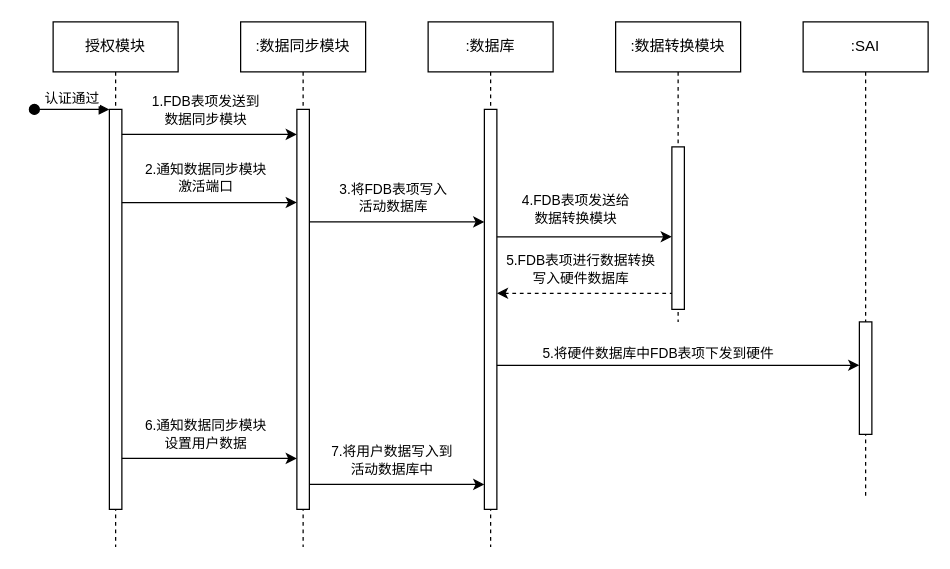
This is 授权时序图.drawio from PATORITU/PATORITU, a draw.io file, before an edit. Source tidied: cells renumbered, new cells numbered last; positions are measured from the earlier drawing's top-left corner, leaving out a move shared by most shapes. Both pictures are drawn from the tidied source at 125%, with x=0, y=0 at pixel (34, 21).
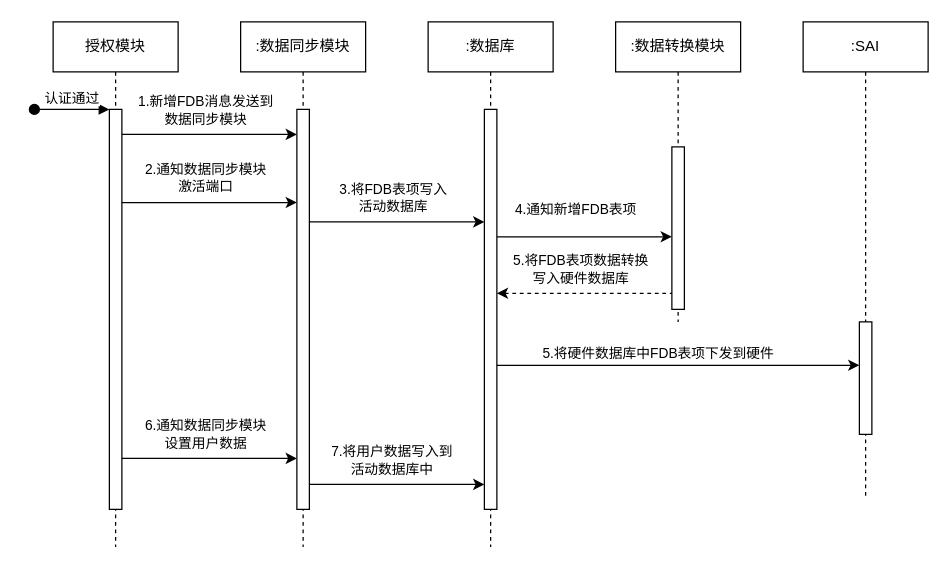
The same page after the edit.

Commit message (it also covers changes not shown here):
更新授权时序图.drawio

The change refers to these unchanged cells:
```xml
<mxCell id="13" style="endArrow=classic;html=1;rounded=0;" parent="1" edge="1">
  <mxGeometry relative="1" as="geometry">
    <mxPoint x="70" y="90" as="sourcePoint" />
    <mxPoint x="210" y="90" as="targetPoint" />
  </mxGeometry>
</mxCell>
<mxCell id="17" style="endArrow=none;html=1;rounded=0;endFill=0;startArrow=classic;startFill=1;dashed=1;" parent="1" edge="1">
  <mxGeometry relative="1" as="geometry">
    <mxPoint x="370" y="217.1" as="sourcePoint" />
    <mxPoint x="510" y="217.1" as="targetPoint" />
  </mxGeometry>
</mxCell>
<mxCell id="19" style="endArrow=classic;html=1;rounded=0;" parent="1" edge="1">
  <mxGeometry relative="1" as="geometry">
    <mxPoint x="370" y="171.9" as="sourcePoint" />
    <mxPoint x="510" y="171.9" as="targetPoint" />
  </mxGeometry>
</mxCell>
```

Diff of the diagram source:
```diff
@@
-    <mxCell id="14" value="1.FDB表项发送到&lt;br&gt;数据同步模块" style="edgeLabel;html=1;align=center;verticalAlign=middle;" parent="13" vertex="1">
+    <mxCell id="14" value="1.新增FDB消息发送到&lt;br&gt;数据同步模块" style="edgeLabel;html=1;align=center;verticalAlign=middle;" parent="13" vertex="1">
       <mxGeometry x="-0.15" relative="1" as="geometry">
         <mxPoint x="6" y="-20" as="offset" />
       </mxGeometry>
     </mxCell>
@@
-    <mxCell id="18" value="5.FDB表项进行数据转换&lt;br&gt;写入硬件数据库" style="edgeLabel;html=1;align=center;verticalAlign=middle;" parent="17" vertex="1">
+    <mxCell id="18" value="5.将FDB表项数据转换&lt;br&gt;写入硬件数据库" style="edgeLabel;html=1;align=center;verticalAlign=middle;" parent="17" vertex="1">
       <mxGeometry x="-0.15" relative="1" as="geometry">
         <mxPoint x="6" y="-20" as="offset" />
       </mxGeometry>
     </mxCell>
@@
-    <mxCell id="20" value="4.FDB表项发送给&lt;br&gt;数据转换模块" style="edgeLabel;html=1;align=center;verticalAlign=middle;" parent="19" vertex="1">
+    <mxCell id="20" value="4.通知新增FDB表项" style="edgeLabel;html=1;align=center;verticalAlign=middle;" parent="19" vertex="1">
       <mxGeometry x="-0.11" y="10" relative="1" as="geometry">
         <mxPoint y="-12" as="offset" />
       </mxGeometry>
     </mxCell>
```
